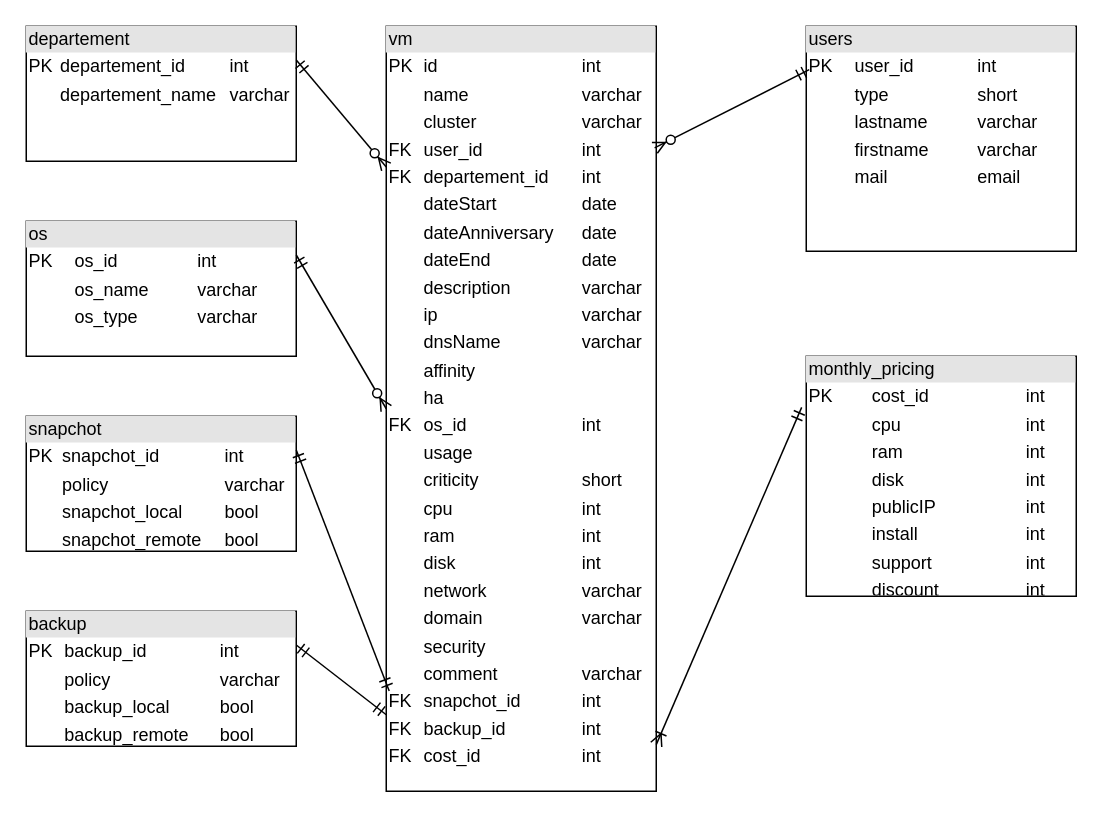
The draw.io diagram Doc/VMs-MLD.drawio in Pedroletti-Michael/Managment-VMs, before the edit. Source tidied: cells renumbered, new cells numbered last; positions are measured from the earlier drawing's top-left corner, leaving out a move shared by most shapes. Both pictures are drawn from the tidied source at 150%, with x=0, y=0 at pixel (26, 26).
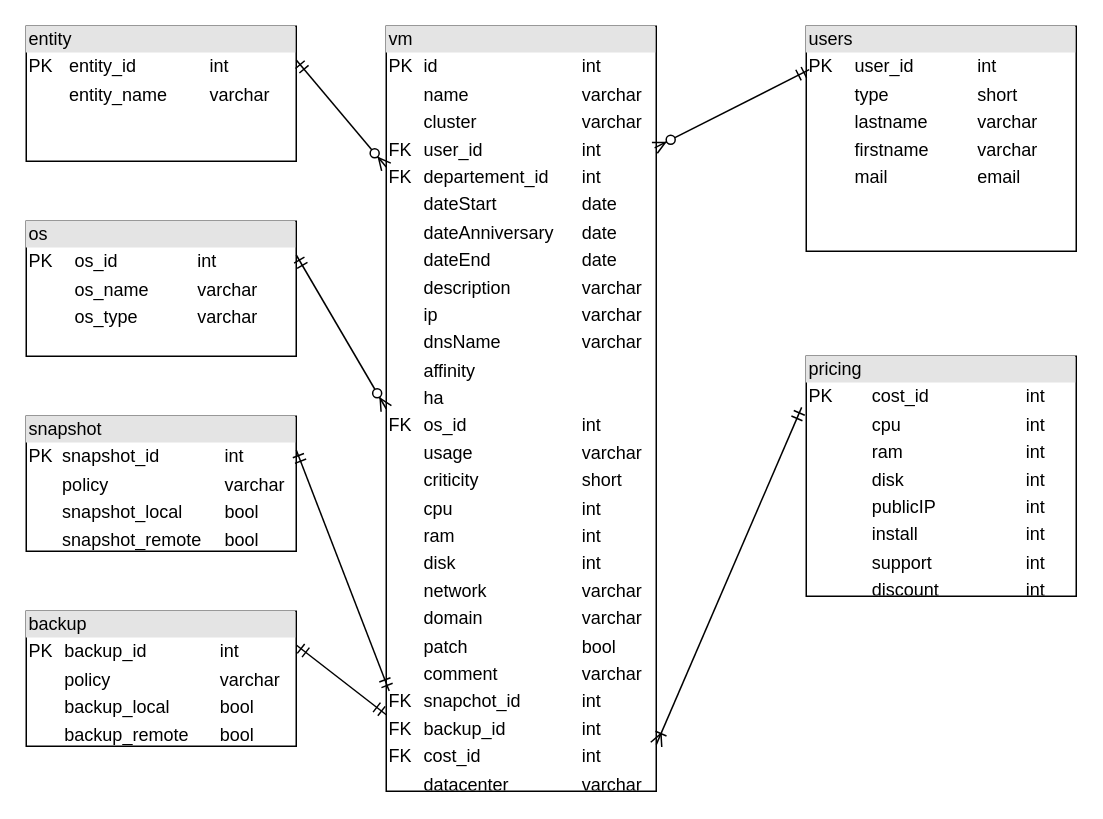
Above is the later version.

What changed in the source:
```diff
@@
 <mxGraphModel>
   <root>
     <mxCell id="0" />
     <mxCell id="1" parent="0" />
-    <mxCell id="2" value="&lt;div style=&quot;box-sizing: border-box ; width: 100% ; background: #e4e4e4 ; padding: 2px&quot;&gt;vm&lt;/div&gt;&lt;table style=&quot;width: 100% ; font-size: 1em&quot; cellpadding=&quot;2&quot; cellspacing=&quot;0&quot;&gt;&lt;tbody&gt;&lt;tr&gt;&lt;td&gt;PK&lt;/td&gt;&lt;td&gt;id&lt;/td&gt;&lt;td&gt;int&lt;/td&gt;&lt;/tr&gt;&lt;tr&gt;&lt;td&gt;&lt;br&gt;&lt;/td&gt;&lt;td&gt;name&lt;/td&gt;&lt;td&gt;varchar&lt;/td&gt;&lt;/tr&gt;&lt;tr&gt;&lt;td&gt;&lt;/td&gt;&lt;td&gt;cluster&lt;/td&gt;&lt;td&gt;varchar&lt;br&gt;&lt;/td&gt;&lt;/tr&gt;&lt;tr&gt;&lt;td&gt;FK&lt;/td&gt;&lt;td&gt;user_id&lt;/td&gt;&lt;td&gt;int&lt;/td&gt;&lt;/tr&gt;&lt;tr&gt;&lt;td&gt;FK&lt;/td&gt;&lt;td&gt;departement_id&lt;/td&gt;&lt;td&gt;int&lt;/td&gt;&lt;/tr&gt;&lt;tr&gt;&lt;td&gt;&lt;br&gt;&lt;/td&gt;&lt;td&gt;dateStart&lt;/td&gt;&lt;td&gt;date&lt;/td&gt;&lt;/tr&gt;&lt;tr&gt;&lt;td&gt;&lt;br&gt;&lt;/td&gt;&lt;td&gt;dateAnniversary&lt;/td&gt;&lt;td&gt;date&lt;/td&gt;&lt;/tr&gt;&lt;tr&gt;&lt;td&gt;&lt;br&gt;&lt;/td&gt;&lt;td&gt;dateEnd&lt;/td&gt;&lt;td&gt;date&lt;/td&gt;&lt;/tr&gt;&lt;tr&gt;&lt;td&gt;&lt;br&gt;&lt;/td&gt;&lt;td&gt;description&lt;/td&gt;&lt;td&gt;varchar&lt;/td&gt;&lt;/tr&gt;&lt;tr&gt;&lt;td&gt;&lt;br&gt;&lt;/td&gt;&lt;td&gt;ip&lt;/td&gt;&lt;td&gt;varchar&lt;/td&gt;&lt;/tr&gt;&lt;tr&gt;&lt;td&gt;&lt;br&gt;&lt;/td&gt;&lt;td&gt;dnsName&lt;/td&gt;&lt;td&gt;varchar&lt;/td&gt;&lt;/tr&gt;&lt;tr&gt;&lt;td&gt;&lt;br&gt;&lt;/td&gt;&lt;td&gt;affinity&lt;/td&gt;&lt;td&gt;&lt;br&gt;&lt;/td&gt;&lt;/tr&gt;&lt;tr&gt;&lt;td&gt;&lt;br&gt;&lt;/td&gt;&lt;td&gt;ha&lt;/td&gt;&lt;td&gt;&lt;br&gt;&lt;/td&gt;&lt;/tr&gt;&lt;tr&gt;&lt;td&gt;FK&lt;/td&gt;&lt;td&gt;os_id&lt;/td&gt;&lt;td&gt;int&lt;/td&gt;&lt;/tr&gt;&lt;tr&gt;&lt;td&gt;&lt;br&gt;&lt;/td&gt;&lt;td&gt;usage&lt;/td&gt;&lt;td&gt;&lt;br&gt;&lt;/td&gt;&lt;/tr&gt;&lt;tr&gt;&lt;td&gt;&lt;br&gt;&lt;/td&gt;&lt;td&gt;criticity&lt;/td&gt;&lt;td&gt;short&lt;/td&gt;&lt;/tr&gt;&lt;tr&gt;&lt;td&gt;&lt;br&gt;&lt;/td&gt;&lt;td&gt;cpu&lt;/td&gt;&lt;td&gt;int&lt;/td&gt;&lt;/tr&gt;&lt;tr&gt;&lt;td&gt;&lt;br&gt;&lt;/td&gt;&lt;td&gt;ram&lt;/td&gt;&lt;td&gt;int&lt;/td&gt;&lt;/tr&gt;&lt;tr&gt;&lt;td&gt;&lt;br&gt;&lt;/td&gt;&lt;td&gt;disk&lt;/td&gt;&lt;td&gt;int&lt;/td&gt;&lt;/tr&gt;&lt;tr&gt;&lt;td&gt;&lt;br&gt;&lt;/td&gt;&lt;td&gt;network&lt;/td&gt;&lt;td&gt;varchar&lt;/td&gt;&lt;/tr&gt;&lt;tr&gt;&lt;td&gt;&lt;br&gt;&lt;/td&gt;&lt;td&gt;domain&lt;/td&gt;&lt;td&gt;varchar&lt;/td&gt;&lt;/tr&gt;&lt;tr&gt;&lt;td&gt;&lt;br&gt;&lt;/td&gt;&lt;td&gt;security&lt;/td&gt;&lt;td&gt;&lt;br&gt;&lt;/td&gt;&lt;/tr&gt;&lt;tr&gt;&lt;td&gt;&lt;br&gt;&lt;/td&gt;&lt;td&gt;comment&lt;/td&gt;&lt;td&gt;varchar&lt;/td&gt;&lt;/tr&gt;&lt;tr&gt;&lt;td&gt;FK&lt;/td&gt;&lt;td&gt;snapchot_id&lt;/td&gt;&lt;td&gt;int&lt;/td&gt;&lt;/tr&gt;&lt;tr&gt;&lt;td&gt;FK&lt;/td&gt;&lt;td&gt;backup_id&lt;/td&gt;&lt;td&gt;int&lt;/td&gt;&lt;/tr&gt;&lt;tr&gt;&lt;td&gt;FK&lt;/td&gt;&lt;td&gt;cost_id&lt;/td&gt;&lt;td&gt;int&lt;/td&gt;&lt;/tr&gt;&lt;/tbody&gt;&lt;/table&gt;" style="verticalAlign=top;align=left;overflow=fill;html=1;" parent="1" vertex="1">
+    <mxCell id="2" value="&lt;div style=&quot;box-sizing: border-box ; width: 100% ; background: #e4e4e4 ; padding: 2px&quot;&gt;vm&lt;/div&gt;&lt;table style=&quot;width: 100% ; font-size: 1em&quot; cellpadding=&quot;2&quot; cellspacing=&quot;0&quot;&gt;&lt;tbody&gt;&lt;tr&gt;&lt;td&gt;PK&lt;/td&gt;&lt;td&gt;id&lt;/td&gt;&lt;td&gt;int&lt;/td&gt;&lt;/tr&gt;&lt;tr&gt;&lt;td&gt;&lt;br&gt;&lt;/td&gt;&lt;td&gt;name&lt;/td&gt;&lt;td&gt;varchar&lt;/td&gt;&lt;/tr&gt;&lt;tr&gt;&lt;td&gt;&lt;/td&gt;&lt;td&gt;cluster&lt;/td&gt;&lt;td&gt;varchar&lt;br&gt;&lt;/td&gt;&lt;/tr&gt;&lt;tr&gt;&lt;td&gt;FK&lt;/td&gt;&lt;td&gt;user_id&lt;/td&gt;&lt;td&gt;int&lt;/td&gt;&lt;/tr&gt;&lt;tr&gt;&lt;td&gt;FK&lt;/td&gt;&lt;td&gt;departement_id&lt;/td&gt;&lt;td&gt;int&lt;/td&gt;&lt;/tr&gt;&lt;tr&gt;&lt;td&gt;&lt;br&gt;&lt;/td&gt;&lt;td&gt;dateStart&lt;/td&gt;&lt;td&gt;date&lt;/td&gt;&lt;/tr&gt;&lt;tr&gt;&lt;td&gt;&lt;br&gt;&lt;/td&gt;&lt;td&gt;dateAnniversary&lt;/td&gt;&lt;td&gt;date&lt;/td&gt;&lt;/tr&gt;&lt;tr&gt;&lt;td&gt;&lt;br&gt;&lt;/td&gt;&lt;td&gt;dateEnd&lt;/td&gt;&lt;td&gt;date&lt;/td&gt;&lt;/tr&gt;&lt;tr&gt;&lt;td&gt;&lt;br&gt;&lt;/td&gt;&lt;td&gt;description&lt;/td&gt;&lt;td&gt;varchar&lt;/td&gt;&lt;/tr&gt;&lt;tr&gt;&lt;td&gt;&lt;br&gt;&lt;/td&gt;&lt;td&gt;ip&lt;/td&gt;&lt;td&gt;varchar&lt;/td&gt;&lt;/tr&gt;&lt;tr&gt;&lt;td&gt;&lt;br&gt;&lt;/td&gt;&lt;td&gt;dnsName&lt;/td&gt;&lt;td&gt;varchar&lt;/td&gt;&lt;/tr&gt;&lt;tr&gt;&lt;td&gt;&lt;br&gt;&lt;/td&gt;&lt;td&gt;affinity&lt;/td&gt;&lt;td&gt;&lt;br&gt;&lt;/td&gt;&lt;/tr&gt;&lt;tr&gt;&lt;td&gt;&lt;br&gt;&lt;/td&gt;&lt;td&gt;ha&lt;/td&gt;&lt;td&gt;&lt;br&gt;&lt;/td&gt;&lt;/tr&gt;&lt;tr&gt;&lt;td&gt;FK&lt;/td&gt;&lt;td&gt;os_id&lt;/td&gt;&lt;td&gt;int&lt;/td&gt;&lt;/tr&gt;&lt;tr&gt;&lt;td&gt;&lt;br&gt;&lt;/td&gt;&lt;td&gt;usage&lt;/td&gt;&lt;td&gt;varchar&lt;/td&gt;&lt;/tr&gt;&lt;tr&gt;&lt;td&gt;&lt;br&gt;&lt;/td&gt;&lt;td&gt;criticity&lt;/td&gt;&lt;td&gt;short&lt;/td&gt;&lt;/tr&gt;&lt;tr&gt;&lt;td&gt;&lt;br&gt;&lt;/td&gt;&lt;td&gt;cpu&lt;/td&gt;&lt;td&gt;int&lt;/td&gt;&lt;/tr&gt;&lt;tr&gt;&lt;td&gt;&lt;br&gt;&lt;/td&gt;&lt;td&gt;ram&lt;/td&gt;&lt;td&gt;int&lt;/td&gt;&lt;/tr&gt;&lt;tr&gt;&lt;td&gt;&lt;br&gt;&lt;/td&gt;&lt;td&gt;disk&lt;/td&gt;&lt;td&gt;int&lt;/td&gt;&lt;/tr&gt;&lt;tr&gt;&lt;td&gt;&lt;br&gt;&lt;/td&gt;&lt;td&gt;network&lt;/td&gt;&lt;td&gt;varchar&lt;/td&gt;&lt;/tr&gt;&lt;tr&gt;&lt;td&gt;&lt;br&gt;&lt;/td&gt;&lt;td&gt;domain&lt;/td&gt;&lt;td&gt;varchar&lt;/td&gt;&lt;/tr&gt;&lt;tr&gt;&lt;td&gt;&lt;br&gt;&lt;/td&gt;&lt;td&gt;patch&lt;/td&gt;&lt;td&gt;bool&lt;/td&gt;&lt;/tr&gt;&lt;tr&gt;&lt;td&gt;&lt;br&gt;&lt;/td&gt;&lt;td&gt;comment&lt;/td&gt;&lt;td&gt;varchar&lt;/td&gt;&lt;/tr&gt;&lt;tr&gt;&lt;td&gt;FK&lt;/td&gt;&lt;td&gt;snapchot_id&lt;/td&gt;&lt;td&gt;int&lt;/td&gt;&lt;/tr&gt;&lt;tr&gt;&lt;td&gt;FK&lt;/td&gt;&lt;td&gt;backup_id&lt;/td&gt;&lt;td&gt;int&lt;/td&gt;&lt;/tr&gt;&lt;tr&gt;&lt;td&gt;FK&lt;/td&gt;&lt;td&gt;cost_id&lt;/td&gt;&lt;td&gt;int&lt;/td&gt;&lt;/tr&gt;&lt;tr&gt;&lt;td&gt;&lt;br&gt;&lt;/td&gt;&lt;td&gt;datacenter&lt;/td&gt;&lt;td&gt;varchar&lt;/td&gt;&lt;/tr&gt;&lt;/tbody&gt;&lt;/table&gt;" style="verticalAlign=top;align=left;overflow=fill;html=1;" parent="1" vertex="1">
       <mxGeometry x="240" width="180" height="510" as="geometry" />
     </mxCell>
-    <mxCell id="3" value="&lt;div style=&quot;box-sizing: border-box ; width: 100% ; background: #e4e4e4 ; padding: 2px&quot;&gt;departement&lt;/div&gt;&lt;table style=&quot;width: 100% ; font-size: 1em&quot; cellpadding=&quot;2&quot; cellspacing=&quot;0&quot;&gt;&lt;tbody&gt;&lt;tr&gt;&lt;td&gt;PK&lt;/td&gt;&lt;td&gt;departement_id&lt;/td&gt;&lt;td&gt;int&lt;/td&gt;&lt;/tr&gt;&lt;tr&gt;&lt;td&gt;&lt;br&gt;&lt;/td&gt;&lt;td&gt;departement_name&lt;/td&gt;&lt;td&gt;varchar&lt;/td&gt;&lt;/tr&gt;&lt;/tbody&gt;&lt;/table&gt;" style="verticalAlign=top;align=left;overflow=fill;html=1;" parent="1" vertex="1">
+    <mxCell id="3" value="&lt;div style=&quot;box-sizing: border-box ; width: 100% ; background: #e4e4e4 ; padding: 2px&quot;&gt;entity&lt;/div&gt;&lt;table style=&quot;width: 100% ; font-size: 1em&quot; cellpadding=&quot;2&quot; cellspacing=&quot;0&quot;&gt;&lt;tbody&gt;&lt;tr&gt;&lt;td&gt;PK&lt;/td&gt;&lt;td&gt;entity_id&lt;/td&gt;&lt;td&gt;int&lt;/td&gt;&lt;/tr&gt;&lt;tr&gt;&lt;td&gt;&lt;br&gt;&lt;/td&gt;&lt;td&gt;entity_name&lt;/td&gt;&lt;td&gt;varchar&lt;/td&gt;&lt;/tr&gt;&lt;/tbody&gt;&lt;/table&gt;" style="verticalAlign=top;align=left;overflow=fill;html=1;" parent="1" vertex="1">
       <mxGeometry width="180" height="90" as="geometry" />
     </mxCell>
     <mxCell id="4" value="&lt;div style=&quot;box-sizing: border-box ; width: 100% ; background: #e4e4e4 ; padding: 2px&quot;&gt;users&lt;/div&gt;&lt;table style=&quot;width: 100% ; font-size: 1em&quot; cellpadding=&quot;2&quot; cellspacing=&quot;0&quot;&gt;&lt;tbody&gt;&lt;tr&gt;&lt;td&gt;PK&lt;/td&gt;&lt;td&gt;user_id&lt;/td&gt;&lt;td&gt;int&lt;/td&gt;&lt;/tr&gt;&lt;tr&gt;&lt;td&gt;&lt;br&gt;&lt;/td&gt;&lt;td&gt;type&lt;/td&gt;&lt;td&gt;short&lt;/td&gt;&lt;/tr&gt;&lt;tr&gt;&lt;td&gt;&lt;br&gt;&lt;/td&gt;&lt;td&gt;lastname&lt;/td&gt;&lt;td&gt;varchar&lt;/td&gt;&lt;/tr&gt;&lt;tr&gt;&lt;td&gt;&lt;br&gt;&lt;/td&gt;&lt;td&gt;firstname&lt;/td&gt;&lt;td&gt;varchar&lt;/td&gt;&lt;/tr&gt;&lt;tr&gt;&lt;td&gt;&lt;br&gt;&lt;/td&gt;&lt;td&gt;mail&lt;/td&gt;&lt;td&gt;email&lt;/td&gt;&lt;/tr&gt;&lt;/tbody&gt;&lt;/table&gt;" style="verticalAlign=top;align=left;overflow=fill;html=1;" parent="1" vertex="1">
       <mxGeometry x="520" width="180" height="150" as="geometry" />
     </mxCell>
     <mxCell id="5" value="&lt;div style=&quot;box-sizing: border-box ; width: 100% ; background: #e4e4e4 ; padding: 2px&quot;&gt;os&lt;/div&gt;&lt;table style=&quot;width: 100% ; font-size: 1em&quot; cellpadding=&quot;2&quot; cellspacing=&quot;0&quot;&gt;&lt;tbody&gt;&lt;tr&gt;&lt;td&gt;PK&lt;/td&gt;&lt;td&gt;os_id&lt;/td&gt;&lt;td&gt;int&lt;/td&gt;&lt;/tr&gt;&lt;tr&gt;&lt;td&gt;&lt;br&gt;&lt;/td&gt;&lt;td&gt;os_name&lt;/td&gt;&lt;td&gt;varchar&lt;/td&gt;&lt;/tr&gt;&lt;tr&gt;&lt;td&gt;&lt;br&gt;&lt;/td&gt;&lt;td&gt;os_type&lt;/td&gt;&lt;td&gt;varchar&lt;/td&gt;&lt;/tr&gt;&lt;/tbody&gt;&lt;/table&gt;" style="verticalAlign=top;align=left;overflow=fill;html=1;" parent="1" vertex="1">
       <mxGeometry y="130" width="180" height="90" as="geometry" />
     </mxCell>
     <mxCell id="6" style="endArrow=ERzeroToMany;html=1;exitX=1;exitY=0.25;exitDx=0;exitDy=0;entryX=0;entryY=0.5;entryDx=0;entryDy=0;startArrow=ERmandOne;startFill=0;endFill=1;" parent="1" edge="1" source="5" target="2">
       <mxGeometry relative="1" as="geometry" />
     </mxCell>
     <mxCell id="7" style="endArrow=ERzeroToMany;html=1;exitX=1;exitY=0.25;exitDx=0;exitDy=0;entryX=0;entryY=0.184;entryDx=0;entryDy=0;entryPerimeter=0;startArrow=ERmandOne;startFill=0;endFill=1;" parent="1" edge="1" source="3" target="2">
       <mxGeometry relative="1" as="geometry" />
     </mxCell>
     <mxCell id="8" style="endArrow=ERmandOne;html=1;exitX=0.994;exitY=0.159;exitDx=0;exitDy=0;exitPerimeter=0;entryX=0.011;entryY=0.193;entryDx=0;entryDy=0;entryPerimeter=0;startArrow=ERzeroToMany;startFill=1;endFill=0;" parent="1" edge="1" source="2" target="4">
       <mxGeometry relative="1" as="geometry" />
     </mxCell>
-    <mxCell id="9" value="&lt;div style=&quot;box-sizing: border-box ; width: 100% ; background: #e4e4e4 ; padding: 2px&quot;&gt;snapchot&lt;/div&gt;&lt;table style=&quot;width: 100% ; font-size: 1em&quot; cellpadding=&quot;2&quot; cellspacing=&quot;0&quot;&gt;&lt;tbody&gt;&lt;tr&gt;&lt;td&gt;PK&lt;/td&gt;&lt;td&gt;snapchot_id&lt;/td&gt;&lt;td&gt;int&lt;/td&gt;&lt;/tr&gt;&lt;tr&gt;&lt;td&gt;&lt;br&gt;&lt;/td&gt;&lt;td&gt;policy&lt;/td&gt;&lt;td&gt;varchar&lt;/td&gt;&lt;/tr&gt;&lt;tr&gt;&lt;td&gt;&lt;br&gt;&lt;/td&gt;&lt;td&gt;snapchot_local&lt;/td&gt;&lt;td&gt;bool&lt;/td&gt;&lt;/tr&gt;&lt;tr&gt;&lt;td&gt;&lt;br&gt;&lt;/td&gt;&lt;td&gt;snapchot_remote&lt;/td&gt;&lt;td&gt;bool&lt;/td&gt;&lt;/tr&gt;&lt;/tbody&gt;&lt;/table&gt;" style="verticalAlign=top;align=left;overflow=fill;html=1;" parent="1" vertex="1">
+    <mxCell id="9" value="&lt;div style=&quot;box-sizing: border-box ; width: 100% ; background: #e4e4e4 ; padding: 2px&quot;&gt;snapshot&lt;/div&gt;&lt;table style=&quot;width: 100% ; font-size: 1em&quot; cellpadding=&quot;2&quot; cellspacing=&quot;0&quot;&gt;&lt;tbody&gt;&lt;tr&gt;&lt;td&gt;PK&lt;/td&gt;&lt;td&gt;snapshot_id&lt;/td&gt;&lt;td&gt;int&lt;/td&gt;&lt;/tr&gt;&lt;tr&gt;&lt;td&gt;&lt;br&gt;&lt;/td&gt;&lt;td&gt;policy&lt;/td&gt;&lt;td&gt;varchar&lt;/td&gt;&lt;/tr&gt;&lt;tr&gt;&lt;td&gt;&lt;br&gt;&lt;/td&gt;&lt;td&gt;snapshot_local&lt;/td&gt;&lt;td&gt;bool&lt;/td&gt;&lt;/tr&gt;&lt;tr&gt;&lt;td&gt;&lt;br&gt;&lt;/td&gt;&lt;td&gt;snapshot_remote&lt;/td&gt;&lt;td&gt;bool&lt;/td&gt;&lt;/tr&gt;&lt;/tbody&gt;&lt;/table&gt;" style="verticalAlign=top;align=left;overflow=fill;html=1;" parent="1" vertex="1">
       <mxGeometry y="260" width="180" height="90" as="geometry" />
     </mxCell>
     <mxCell id="10" value="&lt;div style=&quot;box-sizing: border-box ; width: 100% ; background: #e4e4e4 ; padding: 2px&quot;&gt;backup&lt;/div&gt;&lt;table style=&quot;width: 100% ; font-size: 1em&quot; cellpadding=&quot;2&quot; cellspacing=&quot;0&quot;&gt;&lt;tbody&gt;&lt;tr&gt;&lt;td&gt;PK&lt;/td&gt;&lt;td&gt;backup_id&lt;/td&gt;&lt;td&gt;int&lt;/td&gt;&lt;/tr&gt;&lt;tr&gt;&lt;td&gt;&lt;br&gt;&lt;/td&gt;&lt;td&gt;policy&lt;/td&gt;&lt;td&gt;varchar&lt;/td&gt;&lt;/tr&gt;&lt;tr&gt;&lt;td&gt;&lt;br&gt;&lt;/td&gt;&lt;td&gt;backup_local&lt;/td&gt;&lt;td&gt;bool&lt;/td&gt;&lt;/tr&gt;&lt;tr&gt;&lt;td&gt;&lt;br&gt;&lt;/td&gt;&lt;td&gt;backup_remote&lt;/td&gt;&lt;td&gt;bool&lt;/td&gt;&lt;/tr&gt;&lt;/tbody&gt;&lt;/table&gt;" style="verticalAlign=top;align=left;overflow=fill;html=1;" parent="1" vertex="1">
       <mxGeometry y="390" width="180" height="90" as="geometry" />
     </mxCell>
     <mxCell id="11" style="endArrow=ERmandOne;html=1;exitX=1;exitY=0.25;exitDx=0;exitDy=0;entryX=0.011;entryY=0.869;entryDx=0;entryDy=0;entryPerimeter=0;startArrow=ERmandOne;startFill=0;endFill=0;" parent="1" edge="1" source="9" target="2">
       <mxGeometry relative="1" as="geometry" />
     </mxCell>
     <mxCell id="12" style="endArrow=ERmandOne;html=1;exitX=1;exitY=0.25;exitDx=0;exitDy=0;entryX=0;entryY=0.9;entryDx=0;entryDy=0;entryPerimeter=0;startArrow=ERmandOne;startFill=0;endFill=0;" parent="1" edge="1" source="10" target="2">
       <mxGeometry relative="1" as="geometry" />
     </mxCell>
-    <mxCell id="13" value="&lt;div style=&quot;box-sizing: border-box ; width: 100% ; background: #e4e4e4 ; padding: 2px&quot;&gt;monthly_pricing&lt;/div&gt;&lt;table style=&quot;width: 100% ; font-size: 1em&quot; cellpadding=&quot;2&quot; cellspacing=&quot;0&quot;&gt;&lt;tbody&gt;&lt;tr&gt;&lt;td&gt;PK&lt;/td&gt;&lt;td&gt;cost_id&lt;/td&gt;&lt;td&gt;int&lt;/td&gt;&lt;/tr&gt;&lt;tr&gt;&lt;td&gt;&lt;br&gt;&lt;/td&gt;&lt;td&gt;cpu&lt;/td&gt;&lt;td&gt;int&lt;/td&gt;&lt;/tr&gt;&lt;tr&gt;&lt;td&gt;&lt;br&gt;&lt;/td&gt;&lt;td&gt;ram&lt;/td&gt;&lt;td&gt;int&lt;/td&gt;&lt;/tr&gt;&lt;tr&gt;&lt;td&gt;&lt;br&gt;&lt;/td&gt;&lt;td&gt;disk&lt;/td&gt;&lt;td&gt;int&lt;/td&gt;&lt;/tr&gt;&lt;tr&gt;&lt;td&gt;&lt;br&gt;&lt;/td&gt;&lt;td&gt;publicIP&lt;/td&gt;&lt;td&gt;int&lt;/td&gt;&lt;/tr&gt;&lt;tr&gt;&lt;td&gt;&lt;br&gt;&lt;/td&gt;&lt;td&gt;install&lt;/td&gt;&lt;td&gt;int&lt;/td&gt;&lt;/tr&gt;&lt;tr&gt;&lt;td&gt;&lt;br&gt;&lt;/td&gt;&lt;td&gt;support&lt;/td&gt;&lt;td&gt;int&lt;/td&gt;&lt;/tr&gt;&lt;tr&gt;&lt;td&gt;&lt;br&gt;&lt;/td&gt;&lt;td&gt;discount&lt;/td&gt;&lt;td&gt;int&lt;/td&gt;&lt;/tr&gt;&lt;/tbody&gt;&lt;/table&gt;" style="verticalAlign=top;align=left;overflow=fill;html=1;" parent="1" vertex="1">
+    <mxCell id="13" value="&lt;div style=&quot;box-sizing: border-box ; width: 100% ; background: #e4e4e4 ; padding: 2px&quot;&gt;pricing&lt;/div&gt;&lt;table style=&quot;width: 100% ; font-size: 1em&quot; cellpadding=&quot;2&quot; cellspacing=&quot;0&quot;&gt;&lt;tbody&gt;&lt;tr&gt;&lt;td&gt;PK&lt;/td&gt;&lt;td&gt;cost_id&lt;/td&gt;&lt;td&gt;int&lt;/td&gt;&lt;/tr&gt;&lt;tr&gt;&lt;td&gt;&lt;br&gt;&lt;/td&gt;&lt;td&gt;cpu&lt;/td&gt;&lt;td&gt;int&lt;/td&gt;&lt;/tr&gt;&lt;tr&gt;&lt;td&gt;&lt;br&gt;&lt;/td&gt;&lt;td&gt;ram&lt;/td&gt;&lt;td&gt;int&lt;/td&gt;&lt;/tr&gt;&lt;tr&gt;&lt;td&gt;&lt;br&gt;&lt;/td&gt;&lt;td&gt;disk&lt;/td&gt;&lt;td&gt;int&lt;/td&gt;&lt;/tr&gt;&lt;tr&gt;&lt;td&gt;&lt;br&gt;&lt;/td&gt;&lt;td&gt;publicIP&lt;/td&gt;&lt;td&gt;int&lt;/td&gt;&lt;/tr&gt;&lt;tr&gt;&lt;td&gt;&lt;br&gt;&lt;/td&gt;&lt;td&gt;install&lt;/td&gt;&lt;td&gt;int&lt;/td&gt;&lt;/tr&gt;&lt;tr&gt;&lt;td&gt;&lt;br&gt;&lt;/td&gt;&lt;td&gt;support&lt;/td&gt;&lt;td&gt;int&lt;/td&gt;&lt;/tr&gt;&lt;tr&gt;&lt;td&gt;&lt;br&gt;&lt;/td&gt;&lt;td&gt;discount&lt;/td&gt;&lt;td&gt;int&lt;/td&gt;&lt;/tr&gt;&lt;/tbody&gt;&lt;/table&gt;" style="verticalAlign=top;align=left;overflow=fill;html=1;" parent="1" vertex="1">
       <mxGeometry x="520" y="220" width="180" height="160" as="geometry" />
     </mxCell>
     <mxCell id="14" style="endArrow=ERmandOne;html=1;exitX=1;exitY=0.939;exitDx=0;exitDy=0;exitPerimeter=0;entryX=-0.017;entryY=0.213;entryDx=0;entryDy=0;entryPerimeter=0;endFill=0;startArrow=ERoneToMany;startFill=0;" parent="1" edge="1" source="2" target="13">
       <mxGeometry relative="1" as="geometry" />
     </mxCell>
   </root>
 </mxGraphModel>
```
